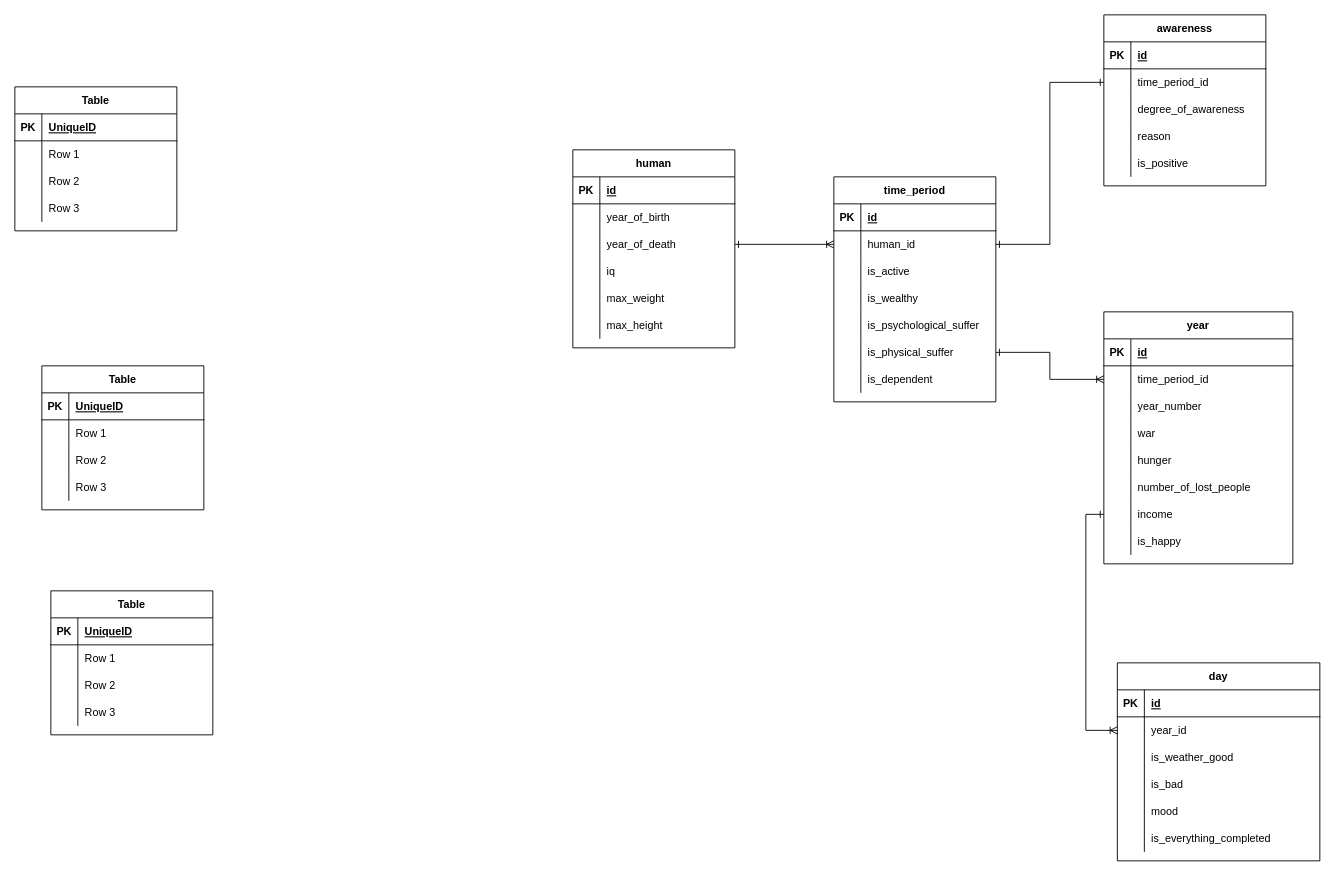
Before: documentation/Untitled Diagram.drawio in semwett0301/booking-java-back, a draw.io diagram. Source tidied: cells renumbered, new cells numbered last; positions are measured from the earlier drawing's top-left corner, leaving out a move shared by most shapes. Both pictures are drawn from the tidied source at 90%, with x=0, y=0 at pixel (14, 14).
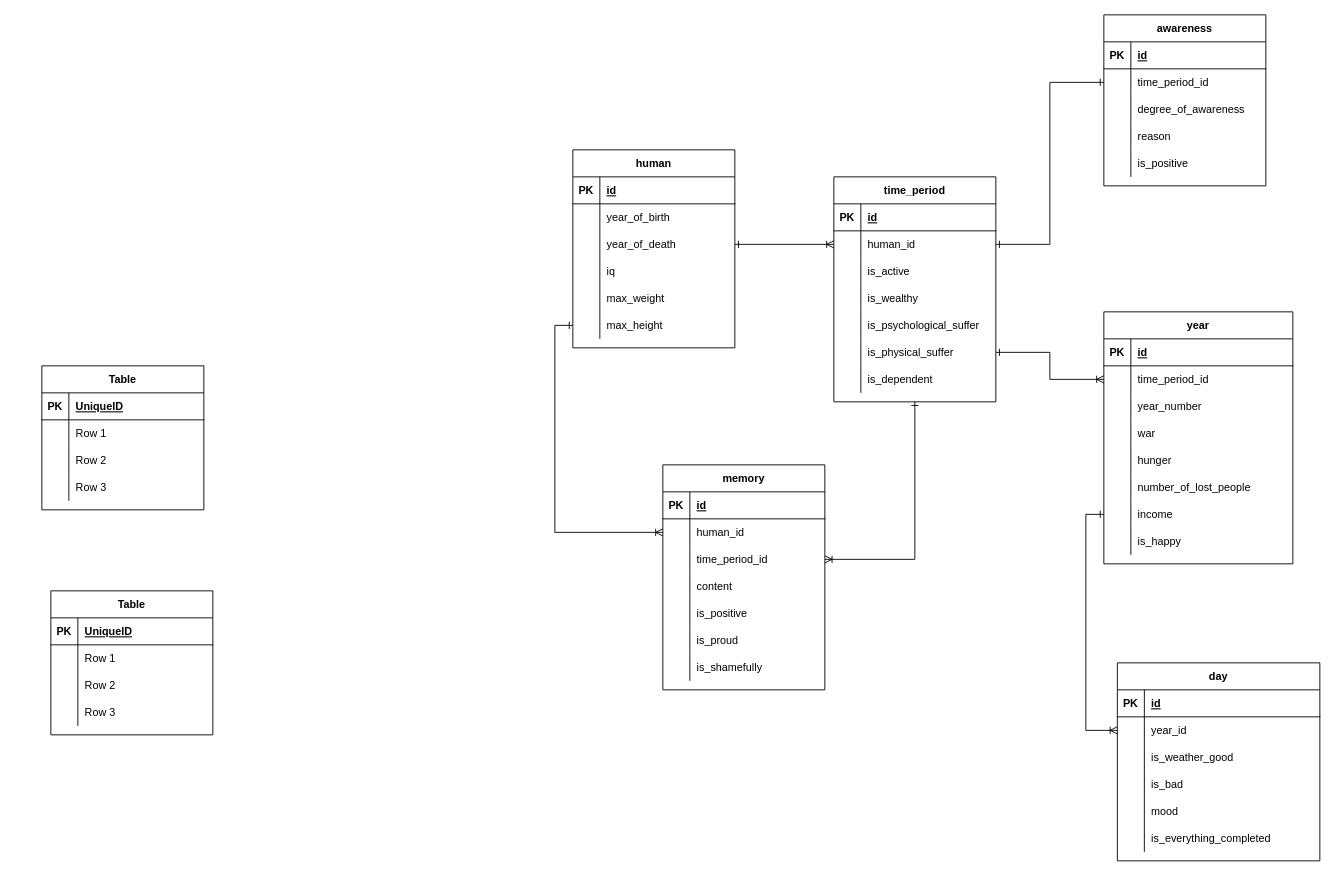
The same diagram, later.

Unchanged cells that the change refers to:
```xml
<mxCell id="3" style="shape=tableRow;horizontal=0;startSize=0;swimlaneHead=0;swimlaneBody=0;fillColor=none;top=0;left=0;right=0;bottom=1;" parent="2" vertex="1">
  <mxGeometry y="30" width="180" height="30" as="geometry" />
</mxCell>
<mxCell id="6" style="shape=tableRow;horizontal=0;startSize=0;swimlaneHead=0;swimlaneBody=0;fillColor=none;points=[[0,0.5],[1,0.5]];portConstraint=eastwest;top=0;left=0;right=0;bottom=0;" parent="2" vertex="1">
  <mxGeometry y="60" width="180" height="30" as="geometry" />
</mxCell>
<mxCell id="9" style="shape=tableRow;horizontal=0;startSize=0;swimlaneHead=0;swimlaneBody=0;fillColor=none;points=[[0,0.5],[1,0.5]];portConstraint=eastwest;top=0;left=0;right=0;bottom=0;" parent="2" vertex="1">
  <mxGeometry y="90" width="180" height="30" as="geometry" />
</mxCell>
<mxCell id="12" style="shape=tableRow;horizontal=0;startSize=0;swimlaneHead=0;swimlaneBody=0;fillColor=none;top=0;left=0;right=0;bottom=0;" parent="2" vertex="1">
  <mxGeometry y="120" width="180" height="30" as="geometry" />
</mxCell>
<mxCell id="29" value="time_period" style="shape=table;startSize=30;childLayout=tableLayout;rowLines=0;fontStyle=1;align=center;" parent="1" vertex="1">
  <mxGeometry x="910" y="180" width="180" height="250" as="geometry" />
</mxCell>
<mxCell id="102" style="shape=tableRow;horizontal=0;startSize=0;swimlaneHead=0;swimlaneBody=0;fillColor=none;points=[[0,0.5],[1,0.5]];portConstraint=eastwest;top=0;left=0;right=0;bottom=0;" parent="86" vertex="1">
  <mxGeometry y="180" width="180" height="30" as="geometry" />
</mxCell>
```

Change to the diagram source:
```diff
@@
-    <mxCell id="2" value="Table" style="shape=table;startSize=30;childLayout=tableLayout;rowLines=0;fontStyle=1;align=center;" parent="1" vertex="1">
-      <mxGeometry y="80" width="180" height="160" as="geometry" />
+    <mxCell id="2" value="memory" style="shape=table;startSize=30;childLayout=tableLayout;rowLines=0;fontStyle=1;align=center;" parent="1" vertex="1">
+      <mxGeometry x="720" y="500" width="180" height="250" as="geometry" />
     </mxCell>
@@
-    <mxCell id="5" value="UniqueID" style="shape=partialRectangle;fillColor=none;top=0;left=0;bottom=0;right=0;align=left;spacingLeft=6;fontStyle=5;overflow=hidden;" parent="3" vertex="1">
+    <mxCell id="5" value="id" style="shape=partialRectangle;fillColor=none;top=0;left=0;bottom=0;right=0;align=left;spacingLeft=6;fontStyle=5;overflow=hidden;" parent="3" vertex="1">
       <mxGeometry x="30" width="150" height="30" as="geometry" />
     </mxCell>
@@
-    <mxCell id="8" value="Row 1" style="shape=partialRectangle;fillColor=none;top=0;left=0;bottom=0;right=0;align=left;spacingLeft=6;overflow=hidden;" parent="6" vertex="1">
+    <mxCell id="8" value="human_id" style="shape=partialRectangle;fillColor=none;top=0;left=0;bottom=0;right=0;align=left;spacingLeft=6;overflow=hidden;" parent="6" vertex="1">
       <mxGeometry x="30" width="150" height="30" as="geometry" />
     </mxCell>
@@
-    <mxCell id="11" value="Row 2" style="shape=partialRectangle;fillColor=none;top=0;left=0;bottom=0;right=0;align=left;spacingLeft=6;overflow=hidden;" parent="9" vertex="1">
+    <mxCell id="11" value="time_period_id" style="shape=partialRectangle;fillColor=none;top=0;left=0;bottom=0;right=0;align=left;spacingLeft=6;overflow=hidden;" parent="9" vertex="1">
       <mxGeometry x="30" width="150" height="30" as="geometry" />
     </mxCell>
@@
-    <mxCell id="14" value="Row 3" style="shape=partialRectangle;fillColor=none;top=0;left=0;bottom=0;right=0;align=left;spacingLeft=6;overflow=hidden;" parent="12" vertex="1">
+    <mxCell id="14" value="content" style="shape=partialRectangle;fillColor=none;top=0;left=0;bottom=0;right=0;align=left;spacingLeft=6;overflow=hidden;" parent="12" vertex="1">
       <mxGeometry x="30" width="150" height="30" as="geometry" />
     </mxCell>
+    <mxCell id="146" style="shape=tableRow;horizontal=0;startSize=0;swimlaneHead=0;swimlaneBody=0;fillColor=none;top=0;left=0;right=0;bottom=0;" parent="2" vertex="1">
+      <mxGeometry y="150" width="180" height="30" as="geometry" />
+    </mxCell>
+    <mxCell id="147" style="shape=partialRectangle;fillColor=none;top=0;left=0;bottom=0;right=0;overflow=hidden;" parent="146" vertex="1">
+      <mxGeometry width="30" height="30" as="geometry" />
+    </mxCell>
+    <mxCell id="148" value="is_positive" style="shape=partialRectangle;fillColor=none;top=0;left=0;bottom=0;right=0;align=left;spacingLeft=6;overflow=hidden;" parent="146" vertex="1">
+      <mxGeometry x="30" width="150" height="30" as="geometry" />
+    </mxCell>
+    <mxCell id="149" style="shape=tableRow;horizontal=0;startSize=0;swimlaneHead=0;swimlaneBody=0;fillColor=none;top=0;left=0;right=0;bottom=0;" parent="2" vertex="1">
+      <mxGeometry y="180" width="180" height="30" as="geometry" />
+    </mxCell>
+    <mxCell id="150" style="shape=partialRectangle;fillColor=none;top=0;left=0;bottom=0;right=0;overflow=hidden;" parent="149" vertex="1">
+      <mxGeometry width="30" height="30" as="geometry" />
+    </mxCell>
+    <mxCell id="151" value="is_proud" style="shape=partialRectangle;fillColor=none;top=0;left=0;bottom=0;right=0;align=left;spacingLeft=6;overflow=hidden;" parent="149" vertex="1">
+      <mxGeometry x="30" width="150" height="30" as="geometry" />
+    </mxCell>
+    <mxCell id="152" style="shape=tableRow;horizontal=0;startSize=0;swimlaneHead=0;swimlaneBody=0;fillColor=none;top=0;left=0;right=0;bottom=0;" parent="2" vertex="1">
+      <mxGeometry y="210" width="180" height="30" as="geometry" />
+    </mxCell>
+    <mxCell id="153" style="shape=partialRectangle;fillColor=none;top=0;left=0;bottom=0;right=0;overflow=hidden;" parent="152" vertex="1">
+      <mxGeometry width="30" height="30" as="geometry" />
+    </mxCell>
+    <mxCell id="154" value="is_shamefully" style="shape=partialRectangle;fillColor=none;top=0;left=0;bottom=0;right=0;align=left;spacingLeft=6;overflow=hidden;" parent="152" vertex="1">
+      <mxGeometry x="30" width="150" height="30" as="geometry" />
+    </mxCell>
@@
+    <mxCell id="155" style="edgeStyle=orthogonalEdgeStyle;rounded=0;jettySize=auto;html=1;entryX=1;entryY=0.5;entryDx=0;entryDy=0;startArrow=ERone;startFill=0;endArrow=ERoneToMany;endFill=0;exitX=0.5;exitY=1;exitDx=0;exitDy=0;" parent="1" edge="1" source="29" target="9">
+      <mxGeometry relative="1" as="geometry">
+        <Array as="points">
+          <mxPoint x="1000" y="605" />
+        </Array>
+      </mxGeometry>
+    </mxCell>
+    <mxCell id="156" style="edgeStyle=orthogonalEdgeStyle;rounded=0;jettySize=auto;html=1;entryX=0;entryY=0.5;entryDx=0;entryDy=0;startArrow=ERone;startFill=0;endArrow=ERoneToMany;endFill=0;exitX=0;exitY=0.5;exitDx=0;exitDy=0;" parent="1" edge="1" source="102" target="6">
+      <mxGeometry relative="1" as="geometry" />
+    </mxCell>
```
